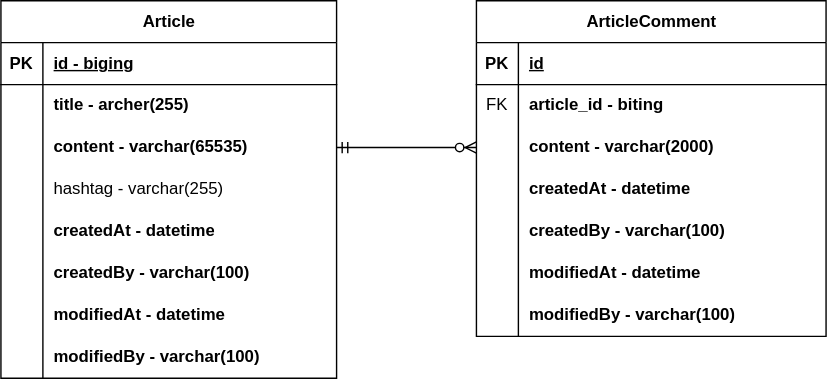
Before: document/project-board-erd.svg, a diagram exported from draw.io (cjddlr/project-board). Source tidied: cells renumbered, new cells last; positions are measured from the earlier drawing's top-left corner, leaving out a move shared by most shapes.
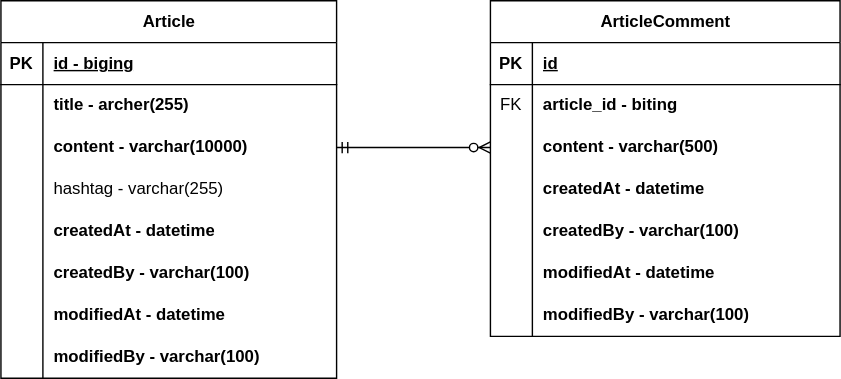
After the change.

Commit message:
#10 - erd update : resize content

Change to the diagram source:
```diff
@@ -29,7 +29,7 @@
     <mxCell id="10" style="shape=partialRectangle;fillColor=none;top=0;left=0;bottom=0;right=0;overflow=hidden;whiteSpace=wrap;html=1;" parent="9" vertex="1">
       <mxGeometry width="30" height="30" as="geometry" />
     </mxCell>
-    <mxCell id="11" value="content - varchar(65535)" style="shape=partialRectangle;fillColor=none;top=0;left=0;bottom=0;right=0;align=left;spacingLeft=6;overflow=hidden;whiteSpace=wrap;html=1;fontStyle=1;" parent="9" vertex="1">
+    <mxCell id="11" value="content - varchar(10000)" style="shape=partialRectangle;fillColor=none;top=0;left=0;bottom=0;right=0;align=left;spacingLeft=6;overflow=hidden;whiteSpace=wrap;html=1;fontStyle=1;" parent="9" vertex="1">
       <mxGeometry x="30" width="210" height="30" as="geometry" />
     </mxCell>
     <mxCell id="12" style="shape=tableRow;horizontal=0;startSize=0;swimlaneHead=0;swimlaneBody=0;fillColor=none;top=0;left=0;right=0;bottom=0;" parent="2" vertex="1">
@@ -78,7 +78,7 @@
       <mxGeometry x="30" width="210" height="30" as="geometry" />
     </mxCell>
     <mxCell id="27" value="ArticleComment" style="shape=table;startSize=30;rowLines=0;fontStyle=1;align=center;html=1;" parent="1" vertex="1">
-      <mxGeometry x="340" width="250" height="240" as="geometry" />
+      <mxGeometry x="350" width="250" height="240" as="geometry" />
     </mxCell>
     <mxCell id="28" style="shape=tableRow;horizontal=0;startSize=0;swimlaneHead=0;swimlaneBody=0;fillColor=none;top=0;left=0;right=0;bottom=1;" parent="27" vertex="1">
       <mxGeometry y="30" width="250" height="30" as="geometry" />
@@ -104,7 +104,7 @@
     <mxCell id="35" style="shape=partialRectangle;fillColor=none;top=0;left=0;bottom=0;right=0;overflow=hidden;whiteSpace=wrap;html=1;" parent="34" vertex="1">
       <mxGeometry width="30" height="30" as="geometry" />
     </mxCell>
-    <mxCell id="36" value="content - varchar(2000)" style="shape=partialRectangle;fillColor=none;top=0;left=0;bottom=0;right=0;align=left;spacingLeft=6;overflow=hidden;whiteSpace=wrap;html=1;fontStyle=1;" parent="34" vertex="1">
+    <mxCell id="36" value="content - varchar(500)" style="shape=partialRectangle;fillColor=none;top=0;left=0;bottom=0;right=0;align=left;spacingLeft=6;overflow=hidden;whiteSpace=wrap;html=1;fontStyle=1;" parent="34" vertex="1">
       <mxGeometry x="30" width="220" height="30" as="geometry" />
     </mxCell>
     <mxCell id="37" style="shape=tableRow;horizontal=0;startSize=0;swimlaneHead=0;swimlaneBody=0;fillColor=none;top=0;left=0;right=0;bottom=0;" parent="27" vertex="1">
```
